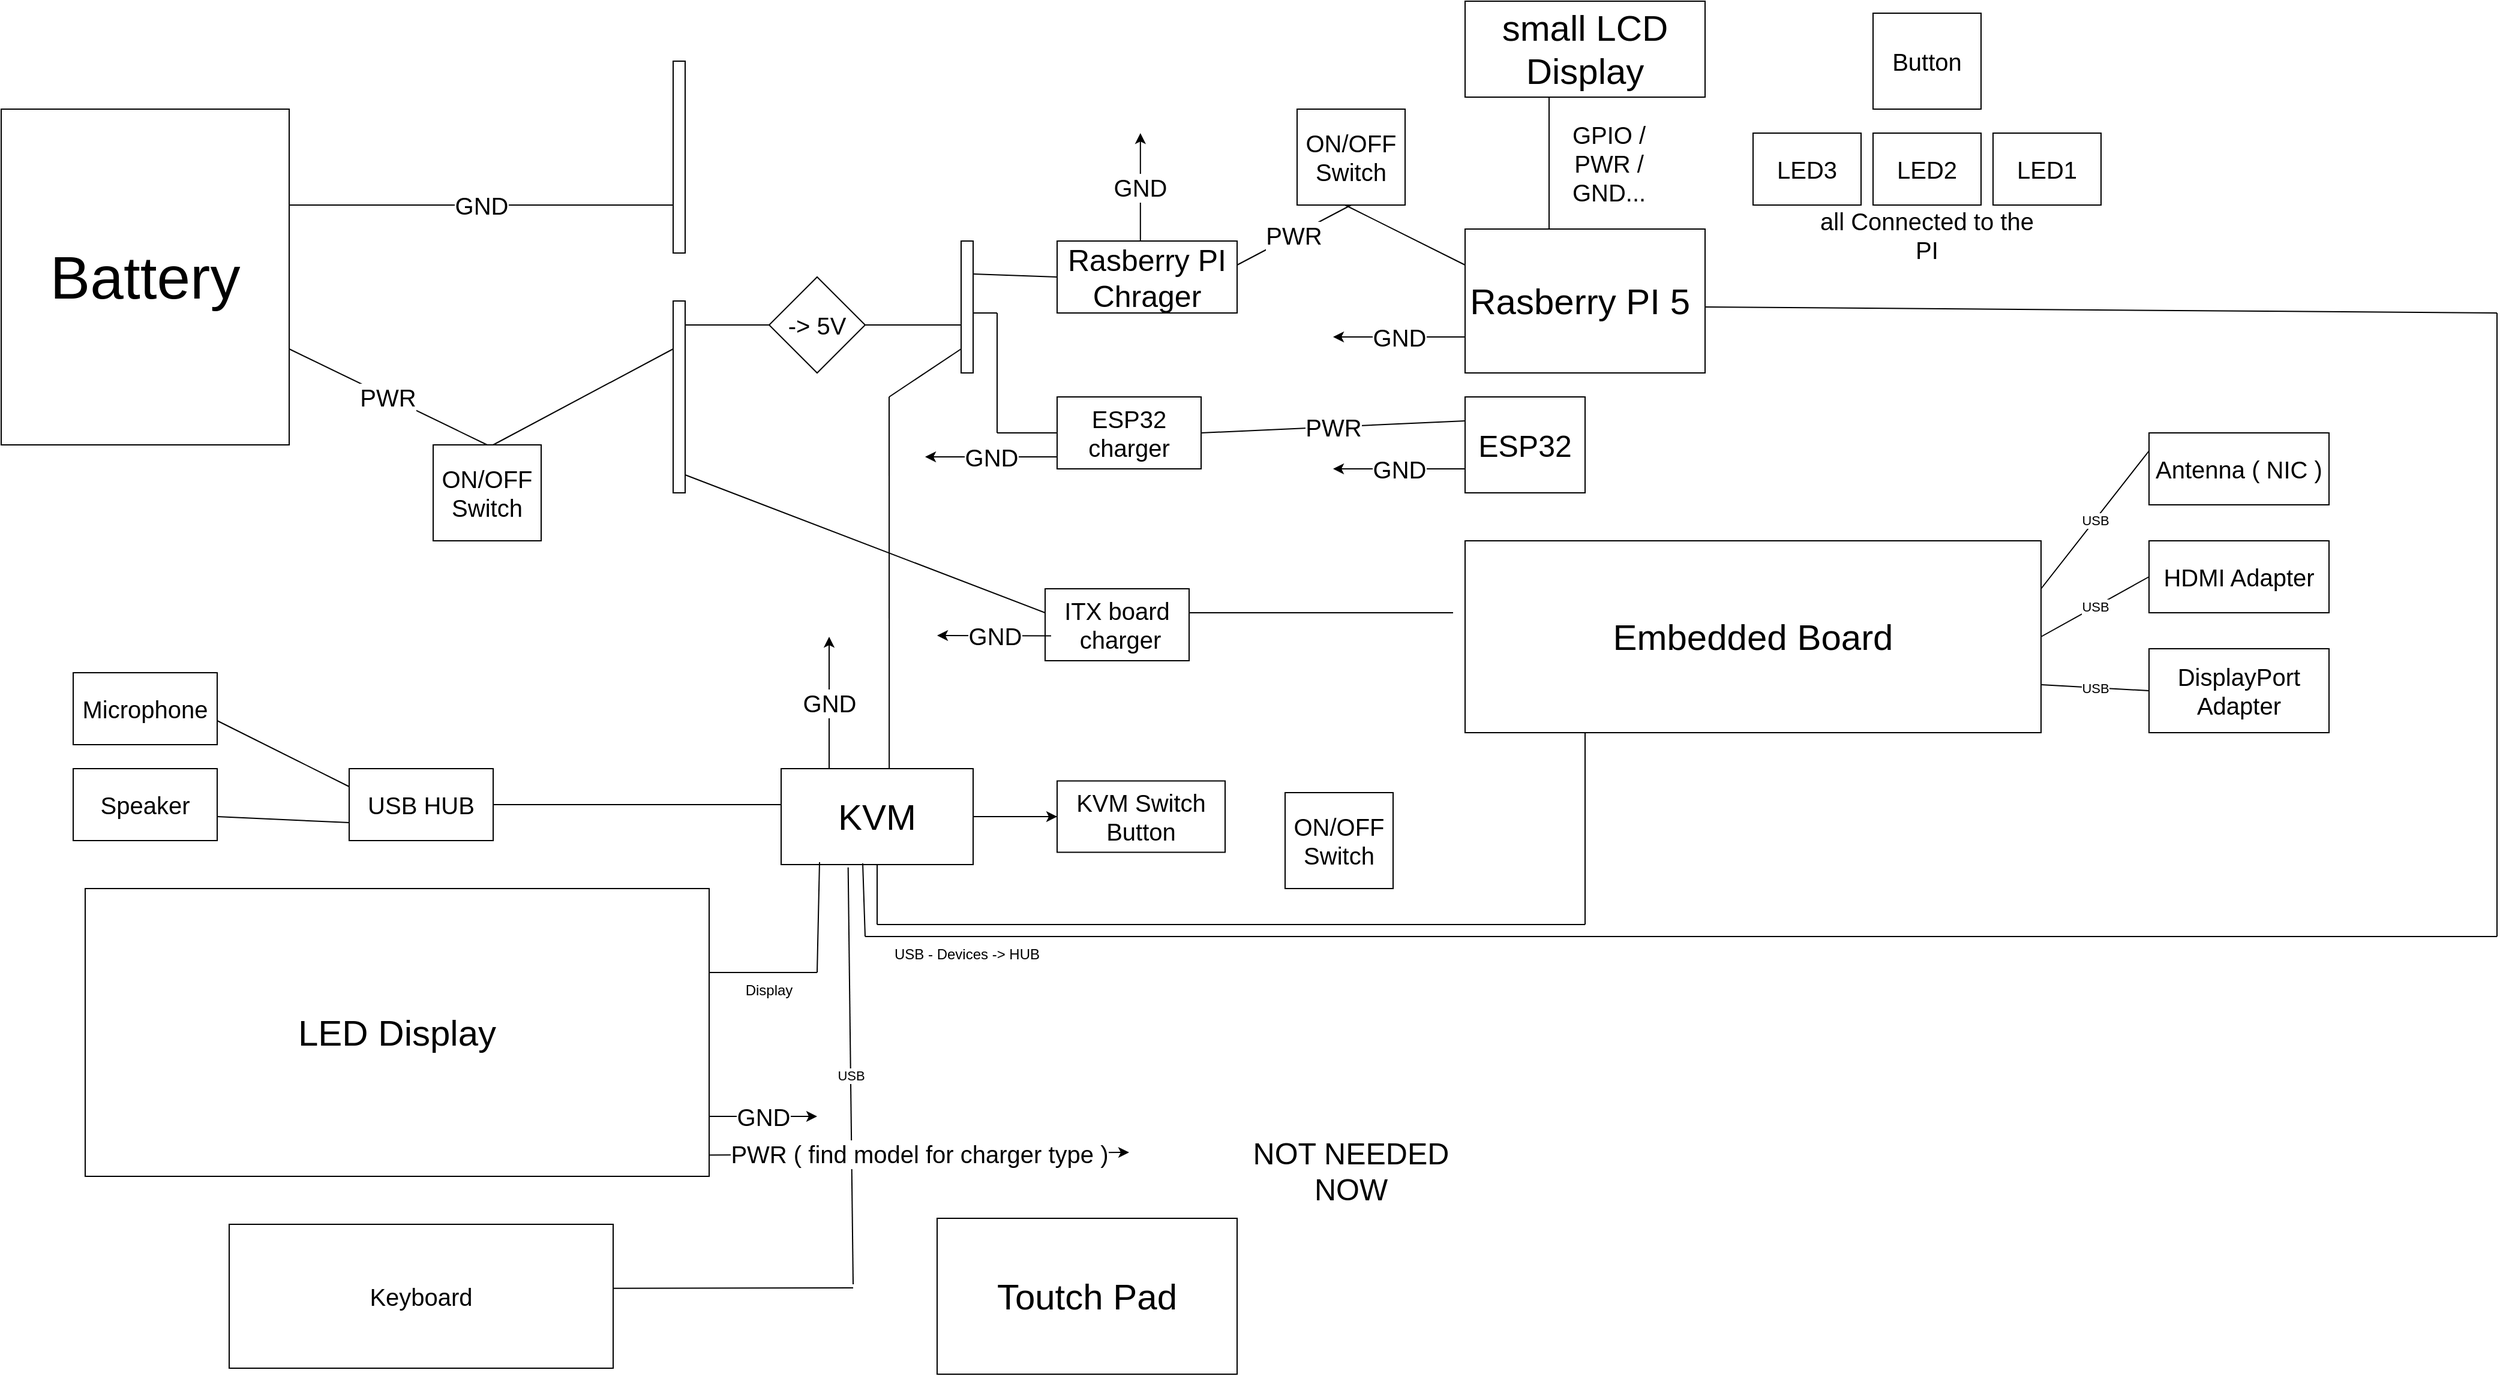
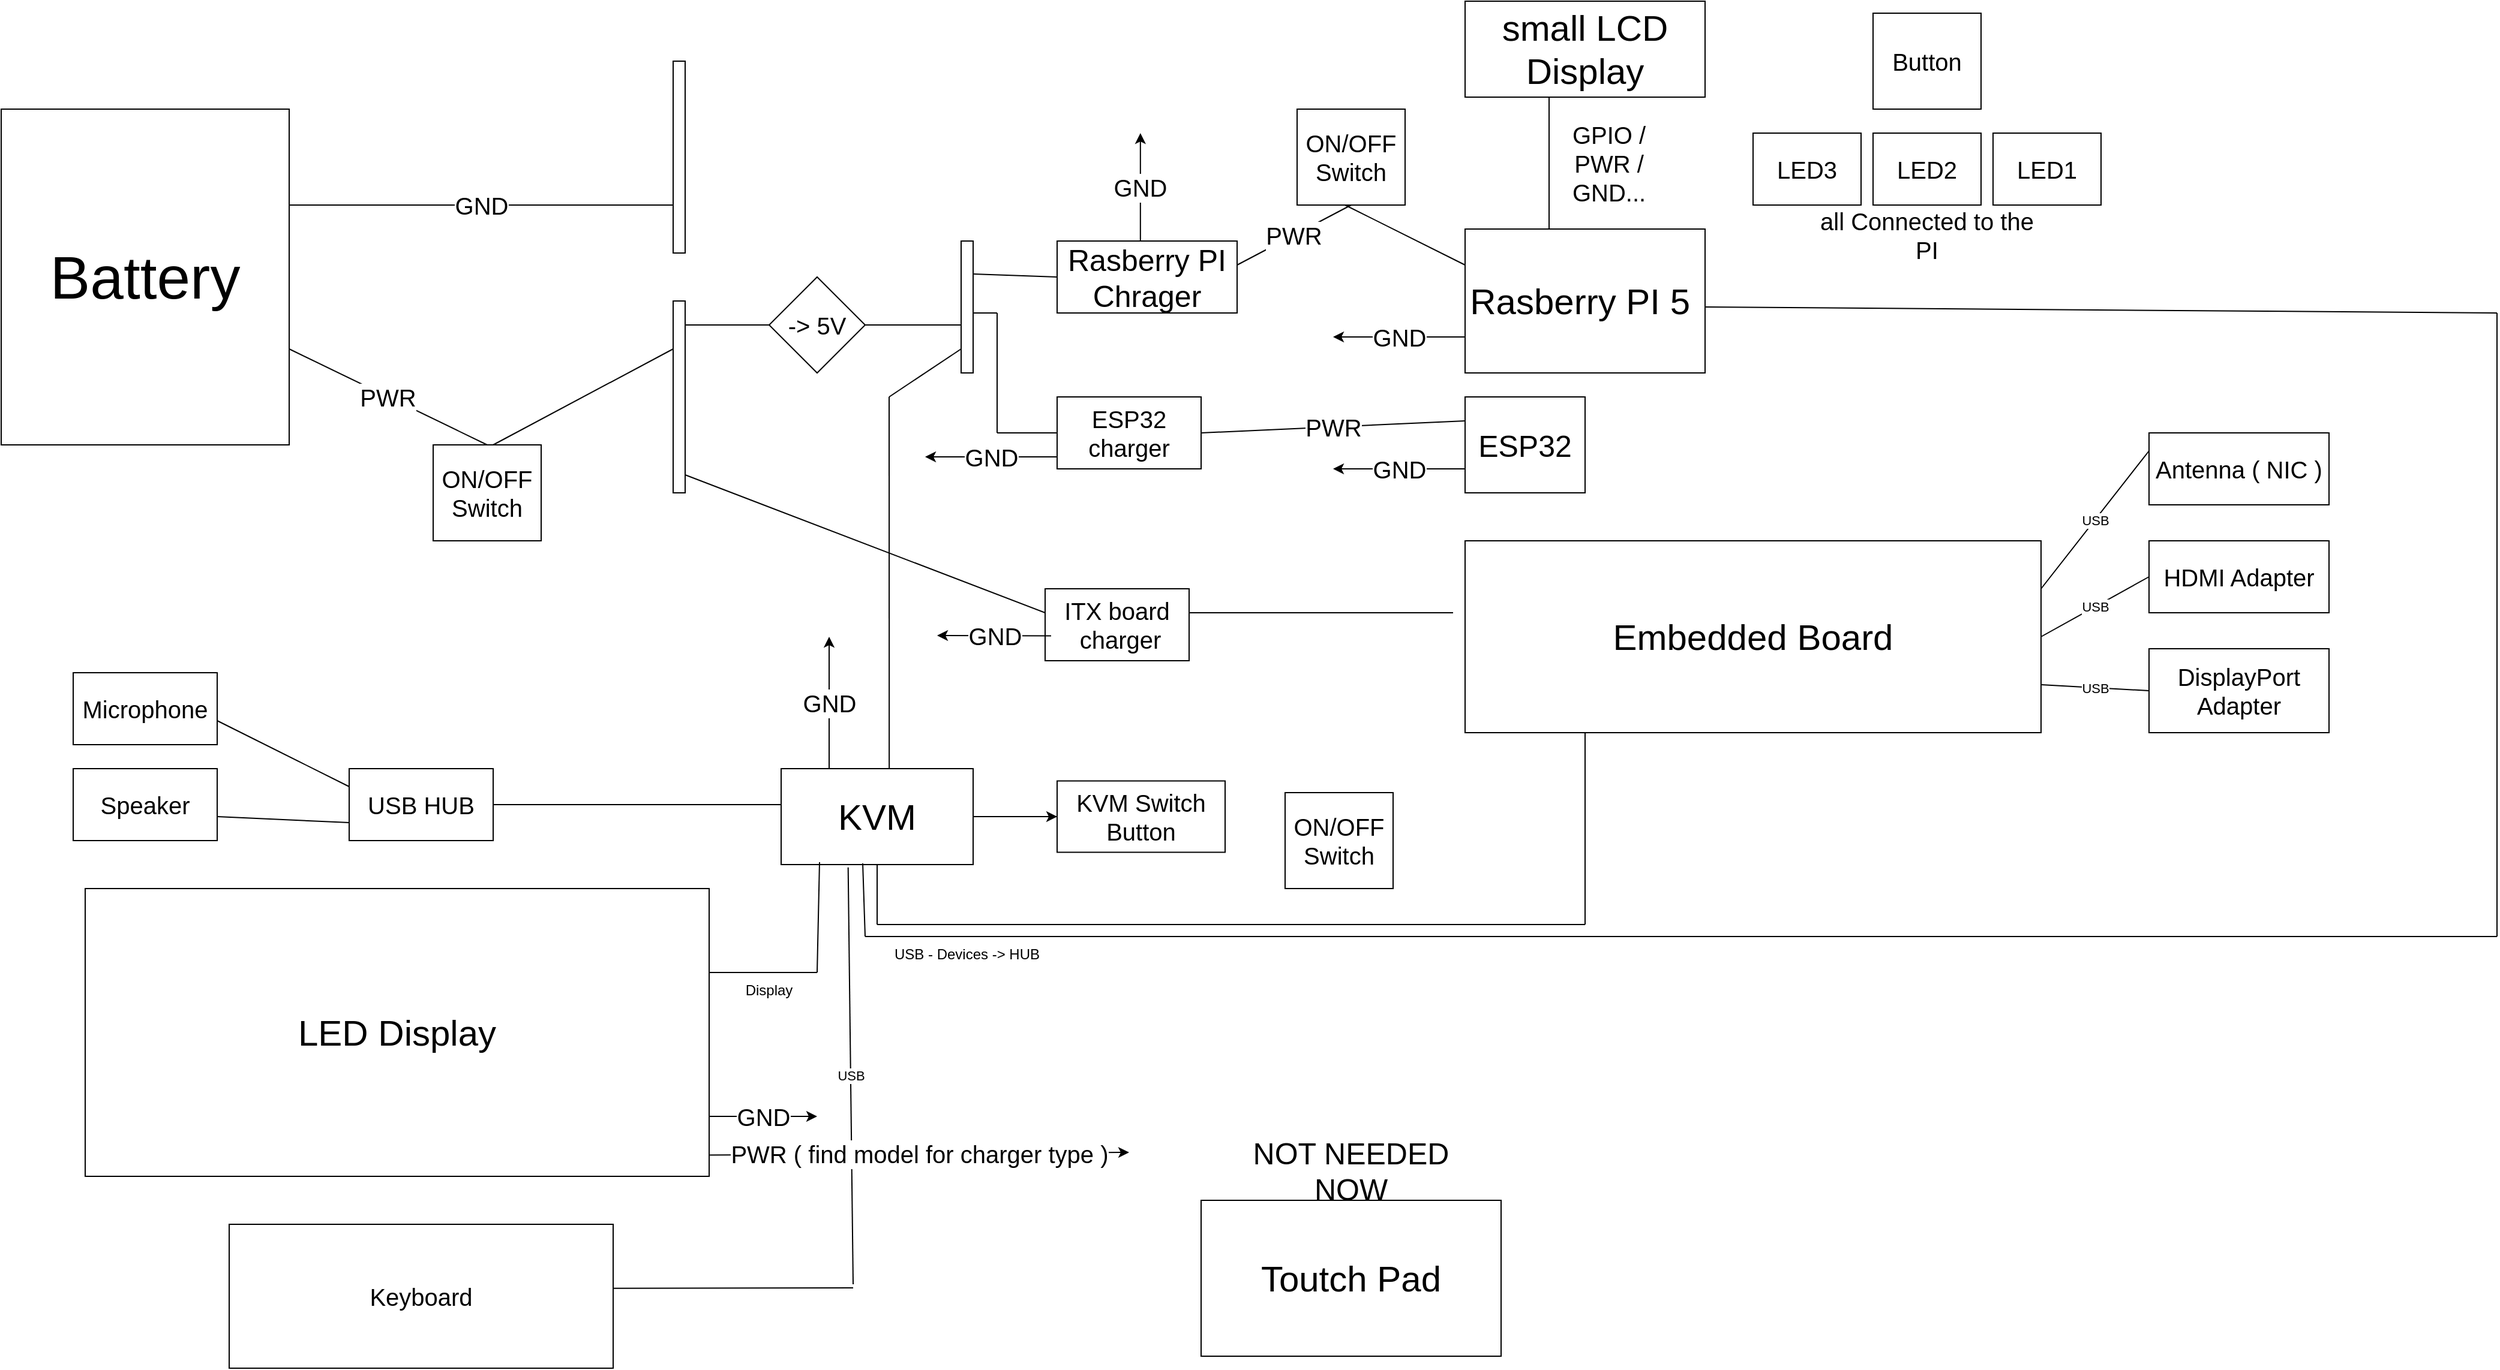
<mxfile host="app.diagrams.net">
  <diagram name="Page-1" id="-A7zwxtQQ4c7CkvIr7jm">
    <mxGraphModel dx="1987" dy="1242" grid="1" gridSize="10" guides="1" tooltips="1" connect="1" arrows="1" fold="1" page="1" pageScale="1" pageWidth="3300" pageHeight="2339" math="0" shadow="0">
      <root>
        <mxCell id="0" />
        <mxCell id="1" parent="0" />
        <mxCell id="-z_A7mw_hyHojzm8xq02-5" parent="1" style="rounded=0;whiteSpace=wrap;html=1;" value="&lt;font style=&quot;font-size: 50px;&quot;&gt;Battery&lt;/font&gt;" vertex="1">
          <mxGeometry height="280" width="240" x="1120" y="920" as="geometry" />
        </mxCell>
        <mxCell id="-z_A7mw_hyHojzm8xq02-14" edge="1" parent="1" style="endArrow=none;html=1;rounded=0;entryX=0.5;entryY=0;entryDx=0;entryDy=0;" target="dbD3cyStfzAGDS6KlF5t-5" value="&lt;font style=&quot;font-size: 20px;&quot;&gt;PWR&lt;/font&gt;">
          <mxGeometry height="50" relative="1" width="50" as="geometry">
            <mxPoint x="1360" y="1120" as="sourcePoint" />
            <mxPoint x="1480" y="1120" as="targetPoint" />
          </mxGeometry>
        </mxCell>
        <mxCell id="-z_A7mw_hyHojzm8xq02-16" edge="1" parent="1" style="endArrow=none;html=1;rounded=0;" value="&lt;font style=&quot;font-size: 20px;&quot;&gt;GND&lt;/font&gt;">
          <mxGeometry height="50" relative="1" width="50" as="geometry">
            <mxPoint x="1360" y="1000" as="sourcePoint" />
            <mxPoint x="1680" y="1000" as="targetPoint" />
          </mxGeometry>
        </mxCell>
        <mxCell id="-z_A7mw_hyHojzm8xq02-18" parent="1" style="rounded=0;whiteSpace=wrap;html=1;" value="" vertex="1">
          <mxGeometry height="160" width="10" x="1680" y="1080" as="geometry" />
        </mxCell>
        <mxCell id="-z_A7mw_hyHojzm8xq02-20" parent="1" style="rounded=0;whiteSpace=wrap;html=1;" value="" vertex="1">
          <mxGeometry height="160" width="10" x="1680" y="880" as="geometry" />
        </mxCell>
        <mxCell id="-z_A7mw_hyHojzm8xq02-23" parent="1" style="rounded=0;whiteSpace=wrap;html=1;" value="&lt;font style=&quot;font-size: 20px;&quot;&gt;Keyboard&lt;/font&gt;" vertex="1">
          <mxGeometry height="120" width="320" x="1310" y="1850" as="geometry" />
        </mxCell>
        <mxCell id="-z_A7mw_hyHojzm8xq02-25" parent="1" style="rounded=0;whiteSpace=wrap;html=1;" value="&lt;font style=&quot;font-size: 30px;&quot;&gt;Rasberry PI 5&amp;nbsp;&lt;/font&gt;" vertex="1">
          <mxGeometry height="120" width="200" x="2340" y="1020" as="geometry" />
        </mxCell>
        <mxCell id="dbD3cyStfzAGDS6KlF5t-53" edge="1" parent="1" source="-z_A7mw_hyHojzm8xq02-26" style="edgeStyle=orthogonalEdgeStyle;rounded=0;orthogonalLoop=1;jettySize=auto;html=1;" target="dbD3cyStfzAGDS6KlF5t-17" value="">
          <mxGeometry relative="1" as="geometry" />
        </mxCell>
        <mxCell id="-z_A7mw_hyHojzm8xq02-26" parent="1" style="rounded=0;whiteSpace=wrap;html=1;" value="&lt;font style=&quot;font-size: 30px;&quot;&gt;KVM&lt;/font&gt;" vertex="1">
          <mxGeometry height="80" width="160" x="1770" y="1470" as="geometry" />
        </mxCell>
        <mxCell id="-z_A7mw_hyHojzm8xq02-27" parent="1" style="rounded=0;whiteSpace=wrap;html=1;" value="&lt;font style=&quot;font-size: 30px;&quot;&gt;Embedded Board&lt;/font&gt;" vertex="1">
          <mxGeometry height="160" width="480" x="2340" y="1280" as="geometry" />
        </mxCell>
        <mxCell id="dbD3cyStfzAGDS6KlF5t-1" parent="1" style="rounded=0;whiteSpace=wrap;html=1;" value="&lt;div&gt;&lt;font style=&quot;font-size: 30px;&quot;&gt;LED&amp;nbsp;Display&lt;/font&gt;&lt;/div&gt;" vertex="1">
          <mxGeometry height="240" width="520" x="1190" y="1570" as="geometry" />
        </mxCell>
        <mxCell id="dbD3cyStfzAGDS6KlF5t-2" parent="1" style="rounded=0;whiteSpace=wrap;html=1;" value="&lt;font style=&quot;font-size: 30px;&quot;&gt;small LCD Display&lt;/font&gt;" vertex="1">
          <mxGeometry height="80" width="200" x="2340" y="830" as="geometry" />
        </mxCell>
        <mxCell id="dbD3cyStfzAGDS6KlF5t-3" parent="1" style="rounded=0;whiteSpace=wrap;html=1;" value="&lt;font style=&quot;font-size: 20px;&quot;&gt;ON/OFF Switch&lt;/font&gt;" vertex="1">
          <mxGeometry height="80" width="90" x="2190" y="1490" as="geometry" />
        </mxCell>
        <mxCell id="dbD3cyStfzAGDS6KlF5t-4" parent="1" style="rounded=0;whiteSpace=wrap;html=1;" value="&lt;font style=&quot;font-size: 20px;&quot;&gt;ON/OFF Switch&lt;/font&gt;" vertex="1">
          <mxGeometry height="80" width="90" x="2200" y="920" as="geometry" />
        </mxCell>
        <mxCell id="dbD3cyStfzAGDS6KlF5t-5" parent="1" style="rounded=0;whiteSpace=wrap;html=1;" value="&lt;font style=&quot;font-size: 20px;&quot;&gt;ON/OFF Switch&lt;/font&gt;" vertex="1">
          <mxGeometry height="80" width="90" x="1480" y="1200" as="geometry" />
        </mxCell>
        <mxCell id="dbD3cyStfzAGDS6KlF5t-6" parent="1" style="rounded=0;whiteSpace=wrap;html=1;" value="&lt;font style=&quot;font-size: 20px;&quot;&gt;Button&lt;/font&gt;" vertex="1">
          <mxGeometry height="80" width="90" x="2680" y="840" as="geometry" />
        </mxCell>
        <mxCell id="dbD3cyStfzAGDS6KlF5t-7" parent="1" style="rounded=0;whiteSpace=wrap;html=1;" value="&lt;font style=&quot;font-size: 25px;&quot;&gt;ESP32&lt;/font&gt;" vertex="1">
          <mxGeometry height="80" width="100" x="2340" y="1160" as="geometry" />
        </mxCell>
        <mxCell id="dbD3cyStfzAGDS6KlF5t-8" parent="1" style="rounded=0;whiteSpace=wrap;html=1;" value="&lt;font style=&quot;font-size: 30px;&quot;&gt;Toutch Pad&lt;/font&gt;" vertex="1">
-           <mxGeometry height="130" width="250" x="1900" y="1845" as="geometry" />
+           <mxGeometry height="130" width="250" x="2120" y="1830" as="geometry" />
        </mxCell>
        <mxCell id="dbD3cyStfzAGDS6KlF5t-9" parent="1" style="rounded=0;whiteSpace=wrap;html=1;" value="&lt;font style=&quot;font-size: 20px;&quot;&gt;Microphone&lt;/font&gt;" vertex="1">
          <mxGeometry height="60" width="120" x="1180" y="1390" as="geometry" />
        </mxCell>
        <mxCell id="dbD3cyStfzAGDS6KlF5t-10" parent="1" style="rounded=0;whiteSpace=wrap;html=1;" value="&lt;font style=&quot;font-size: 20px;&quot;&gt;Speaker&lt;/font&gt;" vertex="1">
          <mxGeometry height="60" width="120" x="1180" y="1470" as="geometry" />
        </mxCell>
        <mxCell id="dbD3cyStfzAGDS6KlF5t-11" parent="1" style="rounded=0;whiteSpace=wrap;html=1;" value="&lt;font style=&quot;font-size: 20px;&quot;&gt;LED1&lt;/font&gt;" vertex="1">
          <mxGeometry height="60" width="90" x="2780" y="940" as="geometry" />
        </mxCell>
        <mxCell id="dbD3cyStfzAGDS6KlF5t-12" parent="1" style="rounded=0;whiteSpace=wrap;html=1;" value="&lt;font style=&quot;font-size: 20px;&quot;&gt;LED2&lt;/font&gt;" vertex="1">
          <mxGeometry height="60" width="90" x="2680" y="940" as="geometry" />
        </mxCell>
        <mxCell id="dbD3cyStfzAGDS6KlF5t-13" parent="1" style="rounded=0;whiteSpace=wrap;html=1;" value="&lt;div&gt;&lt;font style=&quot;font-size: 20px;&quot;&gt;LED3&lt;/font&gt;&lt;/div&gt;" vertex="1">
          <mxGeometry height="60" width="90" x="2580" y="940" as="geometry" />
        </mxCell>
        <mxCell id="dbD3cyStfzAGDS6KlF5t-14" parent="1" style="rounded=0;whiteSpace=wrap;html=1;fontSize=20;" value="&lt;font&gt;Antenna ( NIC )&lt;/font&gt;" vertex="1">
          <mxGeometry height="60" width="150" x="2910" y="1190" as="geometry" />
        </mxCell>
        <mxCell id="dbD3cyStfzAGDS6KlF5t-15" parent="1" style="rounded=0;whiteSpace=wrap;html=1;" value="&lt;font style=&quot;font-size: 20px;&quot;&gt;HDMI Adapter&lt;/font&gt;" vertex="1">
          <mxGeometry height="60" width="150" x="2910" y="1280" as="geometry" />
        </mxCell>
        <mxCell id="dbD3cyStfzAGDS6KlF5t-16" parent="1" style="rounded=0;whiteSpace=wrap;html=1;" value="&lt;div&gt;&lt;font style=&quot;font-size: 20px;&quot;&gt;DisplayPort Adapter&lt;/font&gt;&lt;/div&gt;" vertex="1">
          <mxGeometry height="70" width="150" x="2910" y="1370" as="geometry" />
        </mxCell>
        <mxCell id="dbD3cyStfzAGDS6KlF5t-17" parent="1" style="rounded=0;whiteSpace=wrap;html=1;fontSize=20;" value="KVM Switch Button" vertex="1">
          <mxGeometry height="59.5" width="140" x="2000" y="1480.25" as="geometry" />
        </mxCell>
        <mxCell id="dbD3cyStfzAGDS6KlF5t-18" parent="1" style="rounded=0;whiteSpace=wrap;html=1;fontSize=20;" value="&lt;font&gt;USB HUB&lt;/font&gt;" vertex="1">
          <mxGeometry height="60" width="120" x="1410" y="1470" as="geometry" />
        </mxCell>
        <mxCell id="dbD3cyStfzAGDS6KlF5t-19" edge="1" parent="1" style="endArrow=none;html=1;rounded=0;entryX=0;entryY=0.25;entryDx=0;entryDy=0;" target="-z_A7mw_hyHojzm8xq02-18" value="">
          <mxGeometry height="50" relative="1" width="50" as="geometry">
            <mxPoint x="1530" y="1200" as="sourcePoint" />
            <mxPoint x="1580" y="1150" as="targetPoint" />
          </mxGeometry>
        </mxCell>
        <mxCell id="dbD3cyStfzAGDS6KlF5t-20" edge="1" parent="1" style="endArrow=none;html=1;rounded=0;" value="">
          <mxGeometry height="50" relative="1" width="50" as="geometry">
            <mxPoint x="1690" y="1100" as="sourcePoint" />
            <mxPoint x="1760" y="1100" as="targetPoint" />
          </mxGeometry>
        </mxCell>
        <mxCell id="dbD3cyStfzAGDS6KlF5t-23" parent="1" style="rhombus;whiteSpace=wrap;html=1;fontSize=20;" value="-&amp;gt; 5V" vertex="1">
          <mxGeometry height="80" width="80" x="1760" y="1060" as="geometry" />
        </mxCell>
        <mxCell id="dbD3cyStfzAGDS6KlF5t-26" edge="1" parent="1" style="endArrow=none;html=1;rounded=0;" value="">
          <mxGeometry height="50" relative="1" width="50" as="geometry">
            <mxPoint x="1920" y="1100" as="sourcePoint" />
            <mxPoint x="1840" y="1100" as="targetPoint" />
          </mxGeometry>
        </mxCell>
        <mxCell id="dbD3cyStfzAGDS6KlF5t-27" parent="1" style="rounded=0;whiteSpace=wrap;html=1;" value="" vertex="1">
          <mxGeometry height="110" width="10" x="1920" y="1030" as="geometry" />
        </mxCell>
        <mxCell id="dbD3cyStfzAGDS6KlF5t-28" parent="1" style="rounded=0;whiteSpace=wrap;html=1;fontSize=25;" value="Rasberry PI Chrager" vertex="1">
          <mxGeometry height="60" width="150" x="2000" y="1030" as="geometry" />
        </mxCell>
        <mxCell id="dbD3cyStfzAGDS6KlF5t-29" edge="1" parent="1" source="dbD3cyStfzAGDS6KlF5t-28" style="endArrow=none;html=1;rounded=0;exitX=0;exitY=0.5;exitDx=0;exitDy=0;entryX=1;entryY=0.25;entryDx=0;entryDy=0;" target="dbD3cyStfzAGDS6KlF5t-27" value="">
          <mxGeometry height="50" relative="1" width="50" as="geometry">
            <mxPoint x="1760" y="1300" as="sourcePoint" />
            <mxPoint x="1810" y="1250" as="targetPoint" />
          </mxGeometry>
        </mxCell>
        <mxCell id="dbD3cyStfzAGDS6KlF5t-30" edge="1" parent="1" style="endArrow=none;html=1;rounded=0;entryX=0.5;entryY=1;entryDx=0;entryDy=0;fontSize=20;" target="dbD3cyStfzAGDS6KlF5t-4" value="PWR">
          <mxGeometry height="50" relative="1" width="50" as="geometry">
            <mxPoint x="2150" y="1050" as="sourcePoint" />
            <mxPoint x="2200" y="1000" as="targetPoint" />
          </mxGeometry>
        </mxCell>
        <mxCell id="dbD3cyStfzAGDS6KlF5t-40" parent="1" style="rounded=0;whiteSpace=wrap;html=1;fontSize=20;" value="&lt;div&gt;ESP32 charger&lt;/div&gt;" vertex="1">
          <mxGeometry height="60" width="120" x="2000" y="1160" as="geometry" />
        </mxCell>
        <mxCell id="dbD3cyStfzAGDS6KlF5t-42" edge="1" parent="1" source="dbD3cyStfzAGDS6KlF5t-40" style="endArrow=none;html=1;rounded=0;entryX=0;entryY=0.25;entryDx=0;entryDy=0;fontSize=20;exitX=1;exitY=0.5;exitDx=0;exitDy=0;" target="dbD3cyStfzAGDS6KlF5t-7" value="&lt;font&gt;PWR&lt;/font&gt;">
          <mxGeometry height="50" relative="1" width="50" as="geometry">
            <mxPoint x="2120" y="1160" as="sourcePoint" />
            <mxPoint x="2170" y="1110" as="targetPoint" />
          </mxGeometry>
        </mxCell>
        <mxCell id="dbD3cyStfzAGDS6KlF5t-48" edge="1" parent="1" source="dbD3cyStfzAGDS6KlF5t-7" style="endArrow=classic;html=1;rounded=0;exitX=0;exitY=0.75;exitDx=0;exitDy=0;fontSize=20;" value="&lt;div&gt;GND&lt;/div&gt;">
          <mxGeometry height="50" relative="1" width="50" as="geometry">
            <mxPoint x="1870" y="1300" as="sourcePoint" />
            <mxPoint x="2230" y="1220" as="targetPoint" />
          </mxGeometry>
        </mxCell>
        <mxCell id="dbD3cyStfzAGDS6KlF5t-49" edge="1" parent="1" source="-z_A7mw_hyHojzm8xq02-25" style="endArrow=classic;html=1;rounded=0;exitX=0;exitY=0.75;exitDx=0;exitDy=0;fontSize=20;" value="&lt;div&gt;GND&lt;/div&gt;">
          <mxGeometry height="50" relative="1" width="50" as="geometry">
            <mxPoint x="2430" y="940" as="sourcePoint" />
            <mxPoint x="2230" y="1110" as="targetPoint" />
          </mxGeometry>
        </mxCell>
        <mxCell id="dbD3cyStfzAGDS6KlF5t-51" edge="1" parent="1" source="-z_A7mw_hyHojzm8xq02-25" style="endArrow=none;html=1;rounded=0;exitX=0;exitY=0.25;exitDx=0;exitDy=0;" value="">
          <mxGeometry height="50" relative="1" width="50" as="geometry">
            <mxPoint x="2010" y="1160" as="sourcePoint" />
            <mxPoint x="2240" y="1000" as="targetPoint" />
          </mxGeometry>
        </mxCell>
        <mxCell id="dbD3cyStfzAGDS6KlF5t-52" edge="1" parent="1" style="endArrow=none;html=1;rounded=0;entryX=0;entryY=0.5;entryDx=0;entryDy=0;" target="dbD3cyStfzAGDS6KlF5t-17" value="">
          <mxGeometry height="50" relative="1" width="50" as="geometry">
            <mxPoint x="1930" y="1510" as="sourcePoint" />
            <mxPoint x="1920" y="1450" as="targetPoint" />
          </mxGeometry>
        </mxCell>
        <mxCell id="dbD3cyStfzAGDS6KlF5t-56" edge="1" parent="1" style="endArrow=none;html=1;rounded=0;entryX=1;entryY=0.5;entryDx=0;entryDy=0;" target="dbD3cyStfzAGDS6KlF5t-18" value="">
          <mxGeometry height="50" relative="1" width="50" as="geometry">
            <mxPoint x="1770" y="1500" as="sourcePoint" />
            <mxPoint x="1920" y="1450" as="targetPoint" />
          </mxGeometry>
        </mxCell>
        <mxCell id="dbD3cyStfzAGDS6KlF5t-61" edge="1" parent="1" source="-z_A7mw_hyHojzm8xq02-27" style="endArrow=none;html=1;rounded=0;entryX=0;entryY=0.25;entryDx=0;entryDy=0;exitX=1;exitY=0.25;exitDx=0;exitDy=0;" target="dbD3cyStfzAGDS6KlF5t-14" value="&lt;div&gt;USB&lt;/div&gt;">
          <mxGeometry height="50" relative="1" width="50" as="geometry">
            <mxPoint x="2070" y="1500" as="sourcePoint" />
            <mxPoint x="2120" y="1450" as="targetPoint" />
          </mxGeometry>
        </mxCell>
        <mxCell id="dbD3cyStfzAGDS6KlF5t-62" edge="1" parent="1" source="dbD3cyStfzAGDS6KlF5t-15" style="endArrow=none;html=1;rounded=0;exitX=0;exitY=0.5;exitDx=0;exitDy=0;entryX=1;entryY=0.5;entryDx=0;entryDy=0;" target="-z_A7mw_hyHojzm8xq02-27" value="&lt;div&gt;USB&lt;/div&gt;">
          <mxGeometry height="50" relative="1" width="50" as="geometry">
            <mxPoint x="2500" y="1600" as="sourcePoint" />
            <mxPoint x="2550" y="1550" as="targetPoint" />
          </mxGeometry>
        </mxCell>
        <mxCell id="dbD3cyStfzAGDS6KlF5t-63" edge="1" parent="1" source="dbD3cyStfzAGDS6KlF5t-16" style="endArrow=none;html=1;rounded=0;exitX=0;exitY=0.5;exitDx=0;exitDy=0;entryX=1;entryY=0.75;entryDx=0;entryDy=0;" target="-z_A7mw_hyHojzm8xq02-27" value="USB">
          <mxGeometry height="50" relative="1" width="50" as="geometry">
            <mxPoint x="2500" y="1600" as="sourcePoint" />
            <mxPoint x="2550" y="1550" as="targetPoint" />
          </mxGeometry>
        </mxCell>
        <mxCell id="dbD3cyStfzAGDS6KlF5t-64" edge="1" parent="1" style="endArrow=none;html=1;rounded=0;" value="">
          <mxGeometry height="50" relative="1" width="50" as="geometry">
            <mxPoint x="2440" y="1600" as="sourcePoint" />
            <mxPoint x="2440" y="1440" as="targetPoint" />
          </mxGeometry>
        </mxCell>
        <mxCell id="dbD3cyStfzAGDS6KlF5t-65" edge="1" parent="1" style="endArrow=none;html=1;rounded=0;" value="">
          <mxGeometry height="50" relative="1" width="50" as="geometry">
            <mxPoint x="2540" y="1085" as="sourcePoint" />
            <mxPoint x="3200" y="1090" as="targetPoint" />
          </mxGeometry>
        </mxCell>
        <mxCell id="dbD3cyStfzAGDS6KlF5t-66" edge="1" parent="1" style="endArrow=none;html=1;rounded=0;" value="">
          <mxGeometry height="50" relative="1" width="50" as="geometry">
            <mxPoint x="3200" y="1090" as="sourcePoint" />
            <mxPoint x="3200" y="1610" as="targetPoint" />
          </mxGeometry>
        </mxCell>
        <mxCell id="dbD3cyStfzAGDS6KlF5t-67" edge="1" parent="1" style="endArrow=none;html=1;rounded=0;" value="">
          <mxGeometry height="50" relative="1" width="50" as="geometry">
            <mxPoint x="1840" y="1610" as="sourcePoint" />
            <mxPoint x="3200" y="1610" as="targetPoint" />
          </mxGeometry>
        </mxCell>
        <mxCell id="dbD3cyStfzAGDS6KlF5t-68" edge="1" parent="1" style="endArrow=none;html=1;rounded=0;" value="">
          <mxGeometry height="50" relative="1" width="50" as="geometry">
            <mxPoint x="1850" y="1600" as="sourcePoint" />
            <mxPoint x="2440" y="1600" as="targetPoint" />
          </mxGeometry>
        </mxCell>
        <mxCell id="dbD3cyStfzAGDS6KlF5t-70" edge="1" parent="1" style="endArrow=none;html=1;rounded=0;entryX=0.425;entryY=0.988;entryDx=0;entryDy=0;entryPerimeter=0;" target="-z_A7mw_hyHojzm8xq02-26" value="">
          <mxGeometry height="50" relative="1" width="50" as="geometry">
            <mxPoint x="1840" y="1610" as="sourcePoint" />
            <mxPoint x="1890" y="1560" as="targetPoint" />
          </mxGeometry>
        </mxCell>
        <mxCell id="dbD3cyStfzAGDS6KlF5t-72" edge="1" parent="1" style="endArrow=none;html=1;rounded=0;entryX=0.5;entryY=1;entryDx=0;entryDy=0;" target="-z_A7mw_hyHojzm8xq02-26" value="">
          <mxGeometry height="50" relative="1" width="50" as="geometry">
            <mxPoint x="1850" y="1600" as="sourcePoint" />
            <mxPoint x="2000" y="1490" as="targetPoint" />
          </mxGeometry>
        </mxCell>
        <mxCell id="dbD3cyStfzAGDS6KlF5t-73" parent="1" style="text;html=1;whiteSpace=wrap;strokeColor=none;fillColor=none;align=center;verticalAlign=middle;rounded=0;" value="&lt;div&gt;USB - Devices -&amp;gt; HUB&lt;/div&gt;" vertex="1">
          <mxGeometry height="30" width="140" x="1855" y="1610" as="geometry" />
        </mxCell>
        <mxCell id="dbD3cyStfzAGDS6KlF5t-74" edge="1" parent="1" style="endArrow=none;html=1;rounded=0;" value="">
          <mxGeometry height="50" relative="1" width="50" as="geometry">
            <mxPoint x="1710" y="1640" as="sourcePoint" />
            <mxPoint x="1800" y="1640" as="targetPoint" />
          </mxGeometry>
        </mxCell>
        <mxCell id="dbD3cyStfzAGDS6KlF5t-75" edge="1" parent="1" style="endArrow=none;html=1;rounded=0;" value="">
          <mxGeometry height="50" relative="1" width="50" as="geometry">
            <mxPoint x="1800" y="1640" as="sourcePoint" />
            <mxPoint x="1802" y="1548" as="targetPoint" />
          </mxGeometry>
        </mxCell>
        <mxCell id="dbD3cyStfzAGDS6KlF5t-76" parent="1" style="text;html=1;whiteSpace=wrap;strokeColor=none;fillColor=none;align=center;verticalAlign=middle;rounded=0;" value="&lt;div&gt;Display&lt;/div&gt;" vertex="1">
          <mxGeometry height="30" width="60" x="1730" y="1640" as="geometry" />
        </mxCell>
        <mxCell id="dbD3cyStfzAGDS6KlF5t-77" edge="1" parent="1" style="endArrow=none;html=1;rounded=0;entryX=1.001;entryY=0.445;entryDx=0;entryDy=0;entryPerimeter=0;" target="-z_A7mw_hyHojzm8xq02-23" value="">
          <mxGeometry height="50" relative="1" width="50" as="geometry">
            <mxPoint x="1830" y="1903" as="sourcePoint" />
            <mxPoint x="1740" y="1620" as="targetPoint" />
          </mxGeometry>
        </mxCell>
        <mxCell id="dbD3cyStfzAGDS6KlF5t-78" edge="1" parent="1" source="-z_A7mw_hyHojzm8xq02-26" style="endArrow=none;html=1;rounded=0;exitX=0.349;exitY=1.029;exitDx=0;exitDy=0;exitPerimeter=0;" value="&lt;div&gt;USB&lt;/div&gt;">
          <mxGeometry height="50" relative="1" width="50" as="geometry">
            <mxPoint x="1690" y="1670" as="sourcePoint" />
            <mxPoint x="1830" y="1900" as="targetPoint" />
          </mxGeometry>
        </mxCell>
        <mxCell id="dbD3cyStfzAGDS6KlF5t-80" parent="1" style="text;html=1;whiteSpace=wrap;strokeColor=none;fillColor=none;align=center;verticalAlign=middle;rounded=0;fontSize=25;" value="NOT NEEDED NOW" vertex="1">
          <mxGeometry height="30" width="230" x="2130" y="1790" as="geometry" />
        </mxCell>
        <mxCell id="dbD3cyStfzAGDS6KlF5t-81" edge="1" parent="1" style="endArrow=none;html=1;rounded=0;entryX=0;entryY=0.25;entryDx=0;entryDy=0;" target="dbD3cyStfzAGDS6KlF5t-18" value="">
          <mxGeometry height="50" relative="1" width="50" as="geometry">
            <mxPoint x="1300" y="1430" as="sourcePoint" />
            <mxPoint x="1350" y="1380" as="targetPoint" />
          </mxGeometry>
        </mxCell>
        <mxCell id="dbD3cyStfzAGDS6KlF5t-82" edge="1" parent="1" style="endArrow=none;html=1;rounded=0;entryX=0;entryY=0.75;entryDx=0;entryDy=0;" target="dbD3cyStfzAGDS6KlF5t-18" value="">
          <mxGeometry height="50" relative="1" width="50" as="geometry">
            <mxPoint x="1300" y="1510" as="sourcePoint" />
            <mxPoint x="1350" y="1460" as="targetPoint" />
          </mxGeometry>
        </mxCell>
        <mxCell id="dbD3cyStfzAGDS6KlF5t-83" edge="1" parent="1" source="-z_A7mw_hyHojzm8xq02-25" style="endArrow=none;html=1;rounded=0;exitX=0.35;exitY=0;exitDx=0;exitDy=0;exitPerimeter=0;" value="">
          <mxGeometry height="50" relative="1" width="50" as="geometry">
            <mxPoint x="2360" y="960" as="sourcePoint" />
            <mxPoint x="2410" y="910" as="targetPoint" />
          </mxGeometry>
        </mxCell>
        <mxCell id="dbD3cyStfzAGDS6KlF5t-84" parent="1" style="text;html=1;whiteSpace=wrap;strokeColor=none;fillColor=none;align=center;verticalAlign=middle;rounded=0;fontSize=20;" value="&lt;div&gt;GPIO / PWR / GND...&lt;/div&gt;" vertex="1">
          <mxGeometry height="30" width="60" x="2430" y="950" as="geometry" />
        </mxCell>
        <mxCell id="dbD3cyStfzAGDS6KlF5t-87" edge="1" parent="1" style="endArrow=none;html=1;rounded=0;" value="">
          <mxGeometry height="50" relative="1" width="50" as="geometry">
            <mxPoint x="1950" y="1190" as="sourcePoint" />
            <mxPoint x="2000" y="1190" as="targetPoint" />
          </mxGeometry>
        </mxCell>
        <mxCell id="dbD3cyStfzAGDS6KlF5t-88" edge="1" parent="1" style="endArrow=none;html=1;rounded=0;" value="">
          <mxGeometry height="50" relative="1" width="50" as="geometry">
            <mxPoint x="1950" y="1190" as="sourcePoint" />
            <mxPoint x="1950" y="1090" as="targetPoint" />
          </mxGeometry>
        </mxCell>
        <mxCell id="dbD3cyStfzAGDS6KlF5t-89" edge="1" parent="1" style="endArrow=none;html=1;rounded=0;" value="">
          <mxGeometry height="50" relative="1" width="50" as="geometry">
            <mxPoint x="1930" y="1090" as="sourcePoint" />
            <mxPoint x="1950" y="1090" as="targetPoint" />
          </mxGeometry>
        </mxCell>
        <mxCell id="dbD3cyStfzAGDS6KlF5t-90" edge="1" parent="1" style="endArrow=classic;html=1;rounded=0;exitX=0;exitY=0.75;exitDx=0;exitDy=0;fontSize=20;" value="&lt;div&gt;GND&lt;/div&gt;">
          <mxGeometry height="50" relative="1" width="50" as="geometry">
            <mxPoint x="2000" y="1210" as="sourcePoint" />
            <mxPoint x="1890" y="1210" as="targetPoint" />
          </mxGeometry>
        </mxCell>
        <mxCell id="dbD3cyStfzAGDS6KlF5t-91" edge="1" parent="1" style="endArrow=classic;html=1;rounded=0;fontSize=20;" value="&lt;div&gt;GND&lt;/div&gt;">
          <mxGeometry height="50" relative="1" width="50" as="geometry">
            <mxPoint x="2069.41" y="1030" as="sourcePoint" />
            <mxPoint x="2069.41" y="940" as="targetPoint" />
          </mxGeometry>
        </mxCell>
        <mxCell id="dbD3cyStfzAGDS6KlF5t-92" edge="1" parent="1" style="endArrow=none;html=1;rounded=0;" value="">
          <mxGeometry height="50" relative="1" width="50" as="geometry">
            <mxPoint x="1860" y="1160" as="sourcePoint" />
            <mxPoint x="1920" y="1120" as="targetPoint" />
          </mxGeometry>
        </mxCell>
        <mxCell id="dbD3cyStfzAGDS6KlF5t-93" edge="1" parent="1" source="-z_A7mw_hyHojzm8xq02-26" style="endArrow=none;html=1;rounded=0;exitX=0.563;exitY=0;exitDx=0;exitDy=0;exitPerimeter=0;" value="">
          <mxGeometry height="50" relative="1" width="50" as="geometry">
            <mxPoint x="1810" y="1210" as="sourcePoint" />
            <mxPoint x="1860" y="1160" as="targetPoint" />
          </mxGeometry>
        </mxCell>
        <mxCell id="dbD3cyStfzAGDS6KlF5t-95" edge="1" parent="1" style="endArrow=classic;html=1;rounded=0;fontSize=20;" value="&lt;div&gt;GND&lt;/div&gt;">
          <mxGeometry height="50" relative="1" width="50" as="geometry">
            <mxPoint x="1810" y="1470" as="sourcePoint" />
            <mxPoint x="1810" y="1360" as="targetPoint" />
          </mxGeometry>
        </mxCell>
        <mxCell id="dbD3cyStfzAGDS6KlF5t-97" edge="1" parent="1" style="endArrow=classic;html=1;rounded=0;fontSize=20;" value="&lt;div&gt;GND&lt;/div&gt;">
          <mxGeometry height="50" relative="1" width="50" as="geometry">
            <mxPoint x="1710" y="1760" as="sourcePoint" />
            <mxPoint x="1800" y="1760" as="targetPoint" />
          </mxGeometry>
        </mxCell>
        <mxCell id="dbD3cyStfzAGDS6KlF5t-98" edge="1" parent="1" source="dbD3cyStfzAGDS6KlF5t-1" style="endArrow=classic;html=1;rounded=0;fontSize=20;exitX=0.999;exitY=0.926;exitDx=0;exitDy=0;exitPerimeter=0;" value="&lt;div&gt;PWR ( find model for charger type )&lt;/div&gt;">
          <mxGeometry height="50" relative="1" width="50" as="geometry">
            <mxPoint x="1920" y="1820" as="sourcePoint" />
            <mxPoint x="2060" y="1790" as="targetPoint" />
          </mxGeometry>
        </mxCell>
        <mxCell id="dbD3cyStfzAGDS6KlF5t-100" parent="1" style="text;html=1;whiteSpace=wrap;strokeColor=none;fillColor=none;align=center;verticalAlign=middle;rounded=0;fontSize=20;" value="&lt;div&gt;all&amp;nbsp;Connected to the PI&lt;/div&gt;" vertex="1">
          <mxGeometry height="30" width="190" x="2630" y="1010" as="geometry" />
        </mxCell>
        <mxCell id="dbD3cyStfzAGDS6KlF5t-102" edge="1" parent="1" style="endArrow=none;html=1;rounded=0;" value="">
          <mxGeometry height="50" relative="1" width="50" as="geometry">
            <mxPoint x="1690" y="1225" as="sourcePoint" />
            <mxPoint x="1990" y="1340" as="targetPoint" />
          </mxGeometry>
        </mxCell>
        <mxCell id="dbD3cyStfzAGDS6KlF5t-103" parent="1" style="rounded=0;whiteSpace=wrap;html=1;fontSize=20;" value="&lt;div&gt;ITX board&lt;/div&gt;&lt;div&gt;&amp;nbsp;charger&lt;/div&gt;" vertex="1">
          <mxGeometry height="60" width="120" x="1990" y="1320" as="geometry" />
        </mxCell>
        <mxCell id="dbD3cyStfzAGDS6KlF5t-104" edge="1" parent="1" style="endArrow=none;html=1;rounded=0;" value="">
          <mxGeometry height="50" relative="1" width="50" as="geometry">
            <mxPoint x="2110" y="1340" as="sourcePoint" />
            <mxPoint x="2330" y="1340" as="targetPoint" />
          </mxGeometry>
        </mxCell>
        <mxCell id="dbD3cyStfzAGDS6KlF5t-105" edge="1" parent="1" style="endArrow=classic;html=1;rounded=0;exitX=0;exitY=0.75;exitDx=0;exitDy=0;fontSize=20;" value="&lt;div&gt;GND&lt;/div&gt;">
          <mxGeometry height="50" relative="1" width="50" as="geometry">
            <mxPoint x="1995" y="1359.23" as="sourcePoint" />
            <mxPoint x="1900" y="1359" as="targetPoint" />
          </mxGeometry>
        </mxCell>
      </root>
    </mxGraphModel>
  </diagram>
</mxfile>
